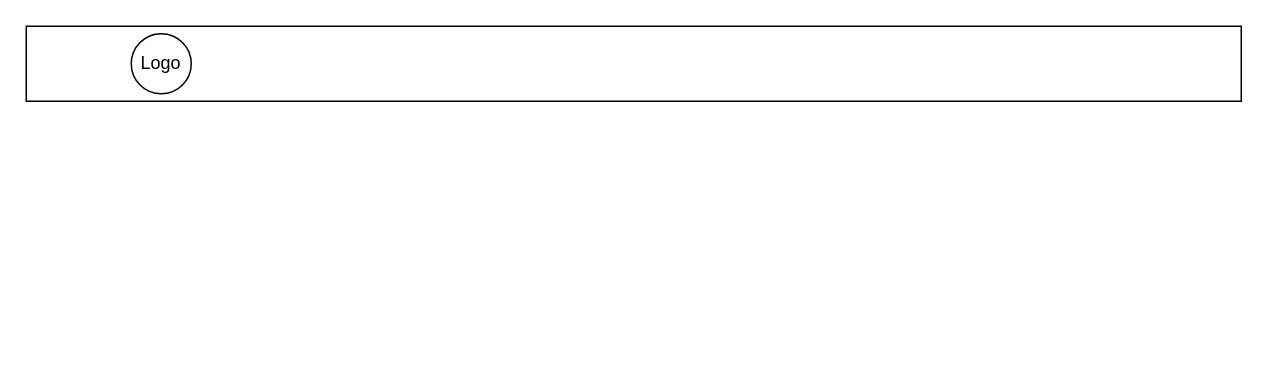
Above: Assignment/Swiggy Nav Bar/swiggy.drawio in KJR-dev/Vidhya-Skill-School (draw.io), before the change. Source tidied: cells renumbered, new cells numbered last; positions are measured from the earlier drawing's top-left corner, leaving out a move shared by most shapes. Both pictures are drawn from the tidied source at 150%, with x=0, y=0 at pixel (26, 26).
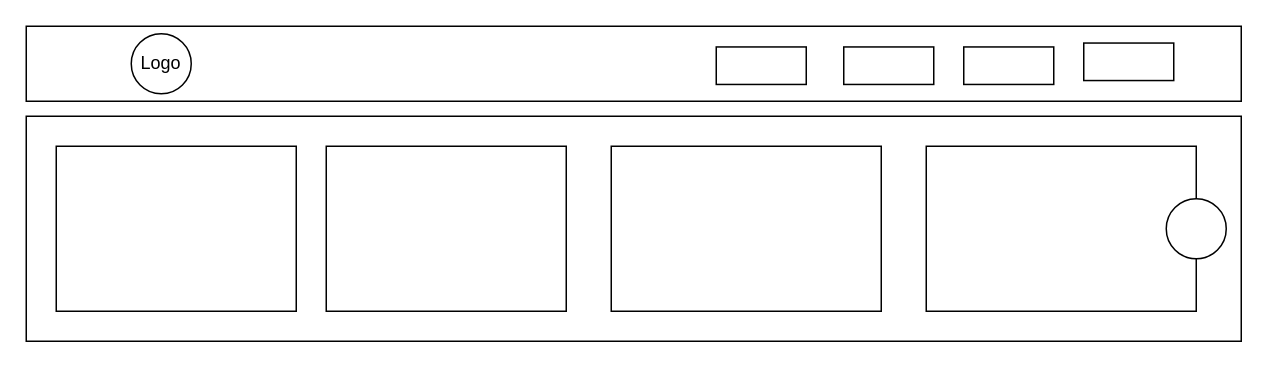
The same page after the edit.

What changed in the source:
```diff
@@
 <mxGraphModel>
   <root>
     <mxCell id="0" />
     <mxCell id="1" parent="0" />
     <mxCell id="2" style="rounded=0;whiteSpace=wrap;html=1;" parent="1" vertex="1">
       <mxGeometry width="810" height="50" as="geometry" />
     </mxCell>
     <mxCell id="3" style="ellipse;whiteSpace=wrap;html=1;" parent="1" vertex="1">
       <mxGeometry x="70" y="5" width="40" height="40" as="geometry" />
     </mxCell>
     <mxCell id="4" value="Logo" style="text;html=1;strokeColor=none;fillColor=none;align=center;verticalAlign=middle;whiteSpace=wrap;rounded=0;" parent="1" vertex="1">
       <mxGeometry x="60" y="10" width="60" height="30" as="geometry" />
     </mxCell>
+    <mxCell id="5" style="rounded=0;whiteSpace=wrap;html=1;" parent="1" vertex="1">
+      <mxGeometry y="60" width="810" height="150" as="geometry" />
+    </mxCell>
+    <mxCell id="6" style="rounded=0;whiteSpace=wrap;html=1;" parent="1" vertex="1">
+      <mxGeometry x="20" y="80" width="160" height="110" as="geometry" />
+    </mxCell>
+    <mxCell id="7" style="rounded=0;whiteSpace=wrap;html=1;" parent="1" vertex="1">
+      <mxGeometry x="200" y="80" width="160" height="110" as="geometry" />
+    </mxCell>
+    <mxCell id="8" style="rounded=0;whiteSpace=wrap;html=1;" parent="1" vertex="1">
+      <mxGeometry x="390" y="80" width="180" height="110" as="geometry" />
+    </mxCell>
+    <mxCell id="9" style="rounded=0;whiteSpace=wrap;html=1;" parent="1" vertex="1">
+      <mxGeometry x="600" y="80" width="180" height="110" as="geometry" />
+    </mxCell>
+    <mxCell id="10" style="ellipse;whiteSpace=wrap;html=1;" parent="1" vertex="1">
+      <mxGeometry x="760" y="115" width="40" height="40" as="geometry" />
+    </mxCell>
+    <mxCell id="11" style="rounded=0;whiteSpace=wrap;html=1;" parent="1" vertex="1">
+      <mxGeometry x="460" y="13.8" width="60" height="25" as="geometry" />
+    </mxCell>
+    <mxCell id="12" style="rounded=0;whiteSpace=wrap;html=1;" parent="1" vertex="1">
+      <mxGeometry x="545" y="13.8" width="60" height="25" as="geometry" />
+    </mxCell>
+    <mxCell id="13" style="rounded=0;whiteSpace=wrap;html=1;" parent="1" vertex="1">
+      <mxGeometry x="625" y="13.8" width="60" height="25" as="geometry" />
+    </mxCell>
+    <mxCell id="14" style="rounded=0;whiteSpace=wrap;html=1;" parent="1" vertex="1">
+      <mxGeometry x="705" y="11.2" width="60" height="25" as="geometry" />
+    </mxCell>
   </root>
 </mxGraphModel>
```
